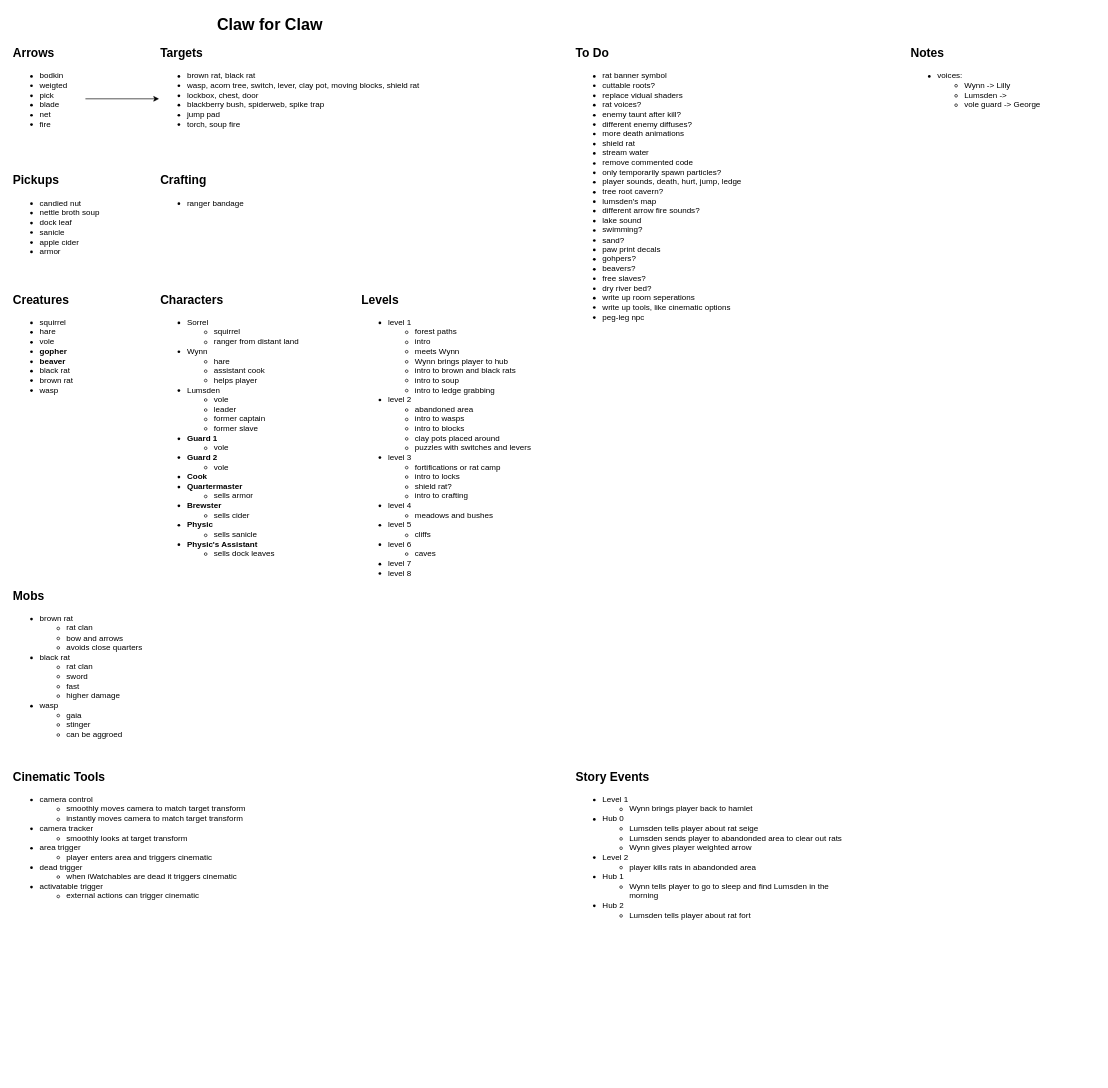
The draw.io diagram Planning/design-doc.drawio in camerondedore/Godot-Project-3, before the edit. Source tidied: cells renumbered, new cells numbered last; positions are measured from the earlier drawing's top-left corner, leaving out a move shared by most shapes. Both pictures are drawn from the tidied source at 67%, with x=0, y=0 at pixel (11, 11).
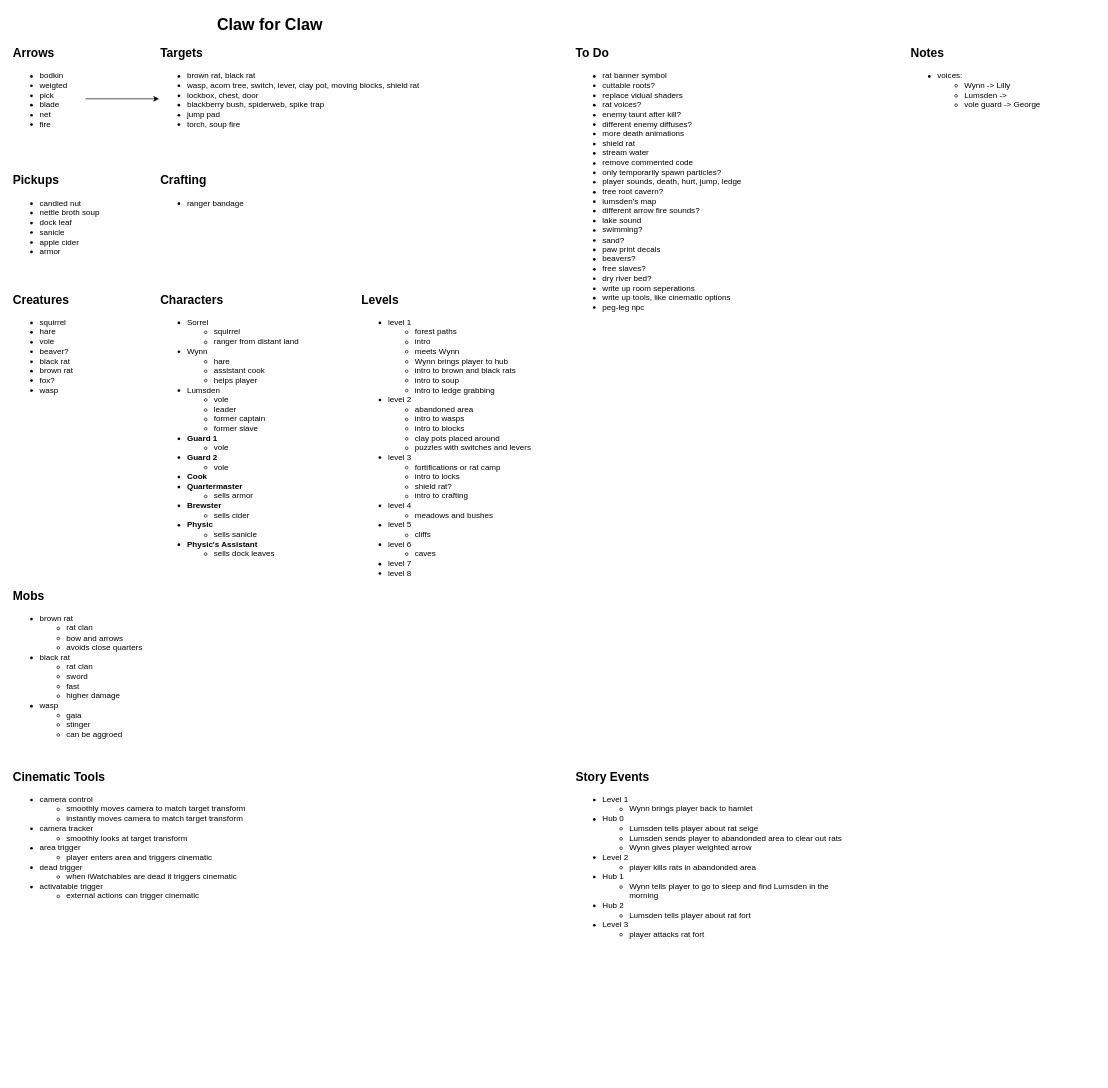
The same diagram, later.

Diff of the diagram source:
```diff
@@
-    <mxCell id="12" value="&lt;ul&gt;&lt;li&gt;squirrel&lt;/li&gt;&lt;li&gt;hare&lt;/li&gt;&lt;li&gt;vole&lt;/li&gt;&lt;li&gt;&lt;b&gt;gopher&lt;/b&gt;&lt;/li&gt;&lt;li&gt;&lt;b&gt;beaver&lt;/b&gt;&lt;/li&gt;&lt;li&gt;black rat&lt;/li&gt;&lt;li&gt;brown rat&lt;/li&gt;&lt;li&gt;wasp&lt;/li&gt;&lt;/ul&gt;" style="text;html=1;align=left;verticalAlign=top;whiteSpace=wrap;rounded=0;" parent="1" vertex="1">
+    <mxCell id="12" value="&lt;ul&gt;&lt;li&gt;squirrel&lt;/li&gt;&lt;li&gt;hare&lt;/li&gt;&lt;li&gt;vole&lt;/li&gt;&lt;li&gt;beaver?&lt;/li&gt;&lt;li&gt;black rat&lt;/li&gt;&lt;li&gt;brown rat&lt;/li&gt;&lt;li&gt;fox?&lt;/li&gt;&lt;li&gt;wasp&lt;/li&gt;&lt;/ul&gt;" style="text;html=1;align=left;verticalAlign=top;whiteSpace=wrap;rounded=0;" parent="1" vertex="1">
       <mxGeometry y="438" width="140" height="152" as="geometry" />
     </mxCell>
@@
-    <mxCell id="19" value="&lt;ul&gt;&lt;li&gt;rat banner symbol&lt;/li&gt;&lt;li&gt;cuttable roots?&lt;/li&gt;&lt;li&gt;replace vidual shaders&lt;/li&gt;&lt;li&gt;rat voices?&lt;/li&gt;&lt;li&gt;enemy taunt after kill?&lt;/li&gt;&lt;li&gt;different enemy diffuses?&lt;/li&gt;&lt;li&gt;more death animations&lt;/li&gt;&lt;li&gt;shield rat&lt;/li&gt;&lt;li&gt;stream water&lt;/li&gt;&lt;li&gt;remove commented code&lt;/li&gt;&lt;li&gt;only temporarily spawn particles?&lt;/li&gt;&lt;li&gt;player sounds, death, hurt, jump, ledge&lt;/li&gt;&lt;li&gt;tree root cavern?&lt;/li&gt;&lt;li&gt;lumsden's map&lt;/li&gt;&lt;li&gt;different arrow fire sounds?&lt;/li&gt;&lt;li&gt;lake sound&lt;/li&gt;&lt;li&gt;swimming?&lt;/li&gt;&lt;li&gt;sand?&lt;/li&gt;&lt;li&gt;paw print decals&lt;/li&gt;&lt;li&gt;gohpers?&lt;/li&gt;&lt;li&gt;beavers?&lt;/li&gt;&lt;li&gt;free slaves?&lt;/li&gt;&lt;li&gt;dry river bed?&lt;/li&gt;&lt;li&gt;write up room seperations&lt;/li&gt;&lt;li&gt;write up tools, like cinematic options&lt;/li&gt;&lt;li&gt;peg-leg npc&lt;/li&gt;&lt;/ul&gt;" style="text;html=1;align=left;verticalAlign=top;whiteSpace=wrap;rounded=0;" parent="1" vertex="1">
+    <mxCell id="19" value="&lt;ul&gt;&lt;li&gt;rat banner symbol&lt;/li&gt;&lt;li&gt;cuttable roots?&lt;/li&gt;&lt;li&gt;replace vidual shaders&lt;/li&gt;&lt;li&gt;rat voices?&lt;/li&gt;&lt;li&gt;enemy taunt after kill?&lt;/li&gt;&lt;li&gt;different enemy diffuses?&lt;/li&gt;&lt;li&gt;more death animations&lt;/li&gt;&lt;li&gt;shield rat&lt;/li&gt;&lt;li&gt;stream water&lt;/li&gt;&lt;li&gt;remove commented code&lt;/li&gt;&lt;li&gt;only temporarily spawn particles?&lt;/li&gt;&lt;li&gt;player sounds, death, hurt, jump, ledge&lt;/li&gt;&lt;li&gt;tree root cavern?&lt;/li&gt;&lt;li&gt;lumsden's map&lt;/li&gt;&lt;li&gt;different arrow fire sounds?&lt;/li&gt;&lt;li&gt;lake sound&lt;/li&gt;&lt;li&gt;swimming?&lt;/li&gt;&lt;li&gt;sand?&lt;/li&gt;&lt;li&gt;paw print decals&lt;/li&gt;&lt;li&gt;beavers?&lt;/li&gt;&lt;li&gt;free slaves?&lt;/li&gt;&lt;li&gt;dry river bed?&lt;/li&gt;&lt;li&gt;write up room seperations&lt;/li&gt;&lt;li&gt;write up tools, like cinematic options&lt;/li&gt;&lt;li&gt;peg-leg npc&lt;/li&gt;&lt;/ul&gt;" style="text;html=1;align=left;verticalAlign=top;whiteSpace=wrap;rounded=0;" parent="1" vertex="1">
       <mxGeometry x="840" y="70" width="280" height="440" as="geometry" />
     </mxCell>
@@
-    <mxCell id="25" value="&lt;ul&gt;&lt;li&gt;Level 1&lt;/li&gt;&lt;ul&gt;&lt;li&gt;Wynn brings player back to hamlet&lt;/li&gt;&lt;/ul&gt;&lt;li&gt;Hub 0&lt;/li&gt;&lt;ul&gt;&lt;li&gt;Lumsden tells player about rat seige&lt;/li&gt;&lt;li&gt;Lumsden sends player to abandonded area to clear out rats&lt;/li&gt;&lt;li&gt;Wynn gives player weighted arrow&lt;/li&gt;&lt;/ul&gt;&lt;li&gt;Level 2&lt;/li&gt;&lt;ul&gt;&lt;li&gt;player kills rats in abandonded area&lt;/li&gt;&lt;/ul&gt;&lt;li&gt;Hub 1&lt;/li&gt;&lt;ul&gt;&lt;li&gt;Wynn tells player to go to sleep and find Lumsden in the morning&lt;/li&gt;&lt;/ul&gt;&lt;li&gt;Hub 2&lt;/li&gt;&lt;ul&gt;&lt;li&gt;Lumsden tells player about rat fort&lt;/li&gt;&lt;/ul&gt;&lt;/ul&gt;" style="text;html=1;align=left;verticalAlign=top;whiteSpace=wrap;rounded=0;" parent="1" vertex="1">
+    <mxCell id="25" value="&lt;ul&gt;&lt;li&gt;Level 1&lt;/li&gt;&lt;ul&gt;&lt;li&gt;Wynn brings player back to hamlet&lt;/li&gt;&lt;/ul&gt;&lt;li&gt;Hub 0&lt;/li&gt;&lt;ul&gt;&lt;li&gt;Lumsden tells player about rat seige&lt;/li&gt;&lt;li&gt;Lumsden sends player to abandonded area to clear out rats&lt;/li&gt;&lt;li&gt;Wynn gives player weighted arrow&lt;/li&gt;&lt;/ul&gt;&lt;li&gt;Level 2&lt;/li&gt;&lt;ul&gt;&lt;li&gt;player kills rats in abandonded area&lt;/li&gt;&lt;/ul&gt;&lt;li&gt;Hub 1&lt;/li&gt;&lt;ul&gt;&lt;li&gt;Wynn tells player to go to sleep and find Lumsden in the morning&lt;/li&gt;&lt;/ul&gt;&lt;li&gt;Hub 2&lt;/li&gt;&lt;ul&gt;&lt;li&gt;Lumsden tells player about rat fort&lt;/li&gt;&lt;/ul&gt;&lt;li&gt;Level 3&lt;/li&gt;&lt;ul&gt;&lt;li&gt;player attacks rat fort&lt;/li&gt;&lt;/ul&gt;&lt;/ul&gt;" style="text;html=1;align=left;verticalAlign=top;whiteSpace=wrap;rounded=0;" parent="1" vertex="1">
       <mxGeometry x="840" y="1150" width="420" height="440" as="geometry" />
     </mxCell>
```
